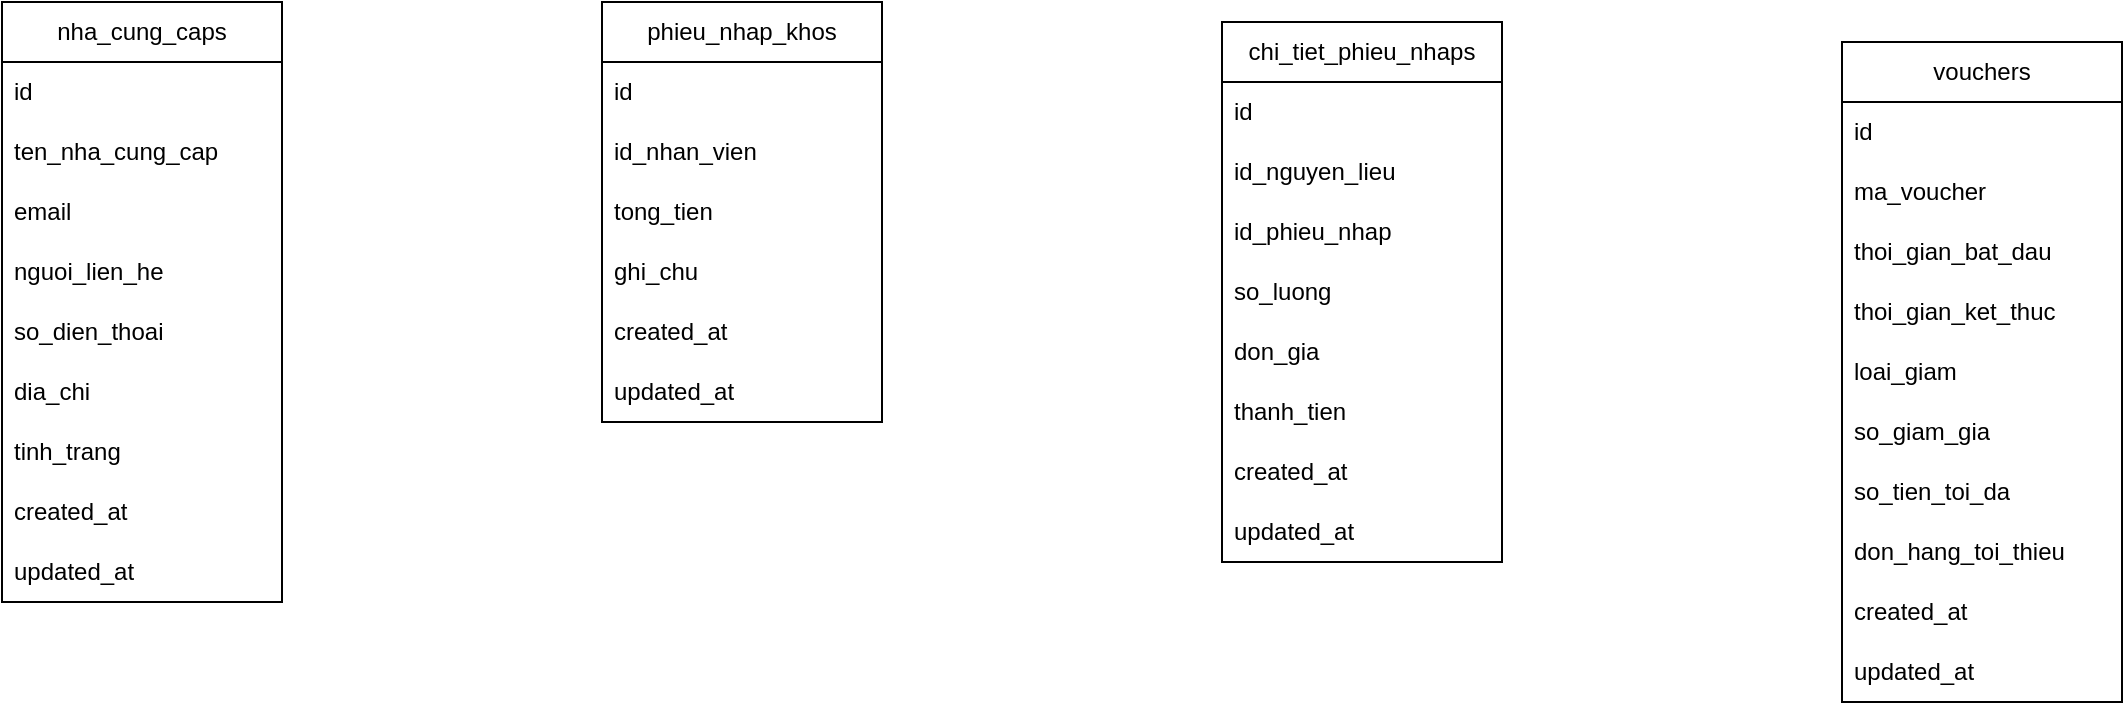
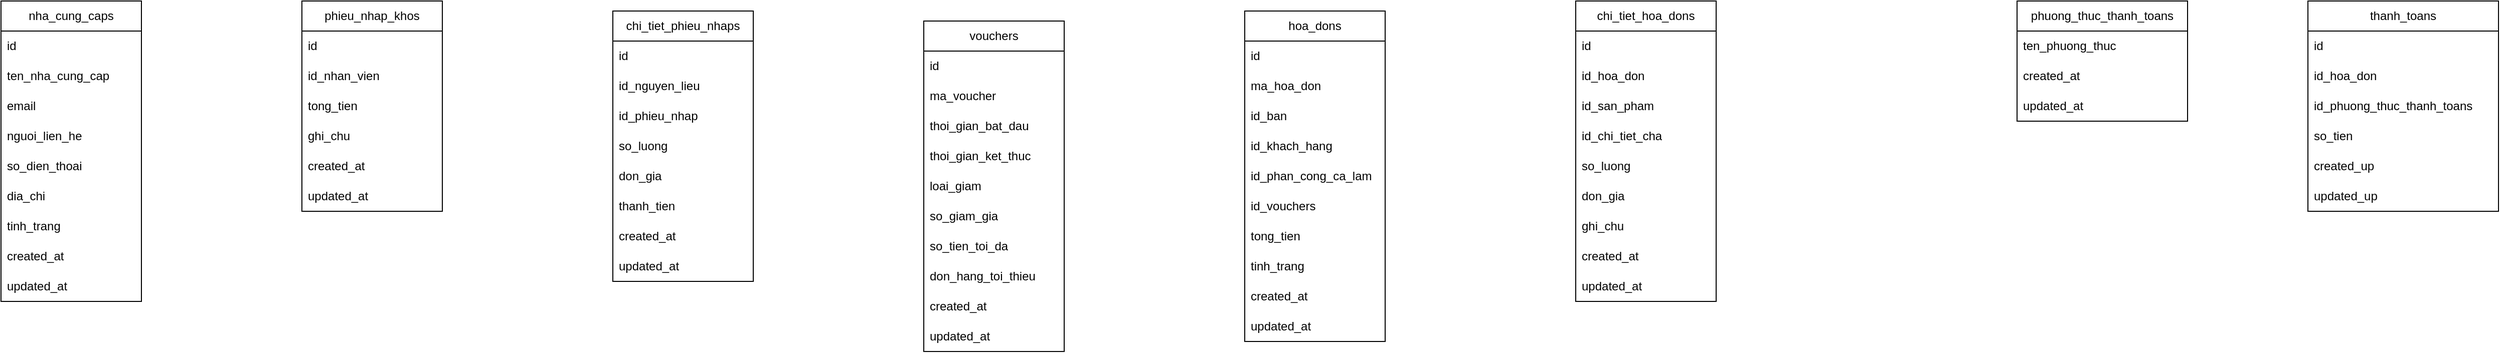
<mxfile host="app.diagrams.net">
  <diagram name="Page-1" id="F6rSMLY1tFX6y1XcUf8v">
    <mxGraphModel dx="1890" dy="564" grid="1" gridSize="10" guides="1" tooltips="1" connect="1" arrows="1" fold="1" page="1" pageScale="1" pageWidth="850" pageHeight="1100" math="0" shadow="0">
      <root>
        <mxCell id="0" />
        <mxCell id="1" parent="0" />
        <mxCell id="R3_XMvpuP7ey1YHoKSYf-1" parent="1" style="swimlane;fontStyle=0;childLayout=stackLayout;horizontal=1;startSize=30;horizontalStack=0;resizeParent=1;resizeParentMax=0;resizeLast=0;collapsible=1;marginBottom=0;whiteSpace=wrap;html=1;" value="nha_cung_caps" vertex="1">
          <mxGeometry height="300" width="140" x="-620" y="110" as="geometry" />
        </mxCell>
        <mxCell id="R3_XMvpuP7ey1YHoKSYf-2" parent="R3_XMvpuP7ey1YHoKSYf-1" style="text;strokeColor=none;fillColor=none;align=left;verticalAlign=middle;spacingLeft=4;spacingRight=4;overflow=hidden;points=[[0,0.5],[1,0.5]];portConstraint=eastwest;rotatable=0;whiteSpace=wrap;html=1;" value="id" vertex="1">
          <mxGeometry height="30" width="140" y="30" as="geometry" />
        </mxCell>
        <mxCell id="R3_XMvpuP7ey1YHoKSYf-3" parent="R3_XMvpuP7ey1YHoKSYf-1" style="text;strokeColor=none;fillColor=none;align=left;verticalAlign=middle;spacingLeft=4;spacingRight=4;overflow=hidden;points=[[0,0.5],[1,0.5]];portConstraint=eastwest;rotatable=0;whiteSpace=wrap;html=1;" value="ten_nha_cung_cap" vertex="1">
          <mxGeometry height="30" width="140" y="60" as="geometry" />
        </mxCell>
        <mxCell id="R3_XMvpuP7ey1YHoKSYf-4" parent="R3_XMvpuP7ey1YHoKSYf-1" style="text;strokeColor=none;fillColor=none;align=left;verticalAlign=middle;spacingLeft=4;spacingRight=4;overflow=hidden;points=[[0,0.5],[1,0.5]];portConstraint=eastwest;rotatable=0;whiteSpace=wrap;html=1;" value="email" vertex="1">
          <mxGeometry height="30" width="140" y="90" as="geometry" />
        </mxCell>
        <mxCell id="R3_XMvpuP7ey1YHoKSYf-5" parent="R3_XMvpuP7ey1YHoKSYf-1" style="text;strokeColor=none;fillColor=none;align=left;verticalAlign=middle;spacingLeft=4;spacingRight=4;overflow=hidden;points=[[0,0.5],[1,0.5]];portConstraint=eastwest;rotatable=0;whiteSpace=wrap;html=1;" value="nguoi_lien_he" vertex="1">
          <mxGeometry height="30" width="140" y="120" as="geometry" />
        </mxCell>
        <mxCell id="R3_XMvpuP7ey1YHoKSYf-6" parent="R3_XMvpuP7ey1YHoKSYf-1" style="text;strokeColor=none;fillColor=none;align=left;verticalAlign=middle;spacingLeft=4;spacingRight=4;overflow=hidden;points=[[0,0.5],[1,0.5]];portConstraint=eastwest;rotatable=0;whiteSpace=wrap;html=1;" value="so_dien_thoai" vertex="1">
          <mxGeometry height="30" width="140" y="150" as="geometry" />
        </mxCell>
        <mxCell id="R3_XMvpuP7ey1YHoKSYf-7" parent="R3_XMvpuP7ey1YHoKSYf-1" style="text;strokeColor=none;fillColor=none;align=left;verticalAlign=middle;spacingLeft=4;spacingRight=4;overflow=hidden;points=[[0,0.5],[1,0.5]];portConstraint=eastwest;rotatable=0;whiteSpace=wrap;html=1;" value="dia_chi" vertex="1">
          <mxGeometry height="30" width="140" y="180" as="geometry" />
        </mxCell>
        <mxCell id="R3_XMvpuP7ey1YHoKSYf-8" parent="R3_XMvpuP7ey1YHoKSYf-1" style="text;strokeColor=none;fillColor=none;align=left;verticalAlign=middle;spacingLeft=4;spacingRight=4;overflow=hidden;points=[[0,0.5],[1,0.5]];portConstraint=eastwest;rotatable=0;whiteSpace=wrap;html=1;" value="tinh_trang" vertex="1">
          <mxGeometry height="30" width="140" y="210" as="geometry" />
        </mxCell>
        <mxCell id="R3_XMvpuP7ey1YHoKSYf-9" parent="R3_XMvpuP7ey1YHoKSYf-1" style="text;strokeColor=none;fillColor=none;align=left;verticalAlign=middle;spacingLeft=4;spacingRight=4;overflow=hidden;points=[[0,0.5],[1,0.5]];portConstraint=eastwest;rotatable=0;whiteSpace=wrap;html=1;" value="created_at" vertex="1">
          <mxGeometry height="30" width="140" y="240" as="geometry" />
        </mxCell>
        <mxCell id="R3_XMvpuP7ey1YHoKSYf-10" parent="R3_XMvpuP7ey1YHoKSYf-1" style="text;strokeColor=none;fillColor=none;align=left;verticalAlign=middle;spacingLeft=4;spacingRight=4;overflow=hidden;points=[[0,0.5],[1,0.5]];portConstraint=eastwest;rotatable=0;whiteSpace=wrap;html=1;" value="updated_at" vertex="1">
          <mxGeometry height="30" width="140" y="270" as="geometry" />
        </mxCell>
        <mxCell id="R3_XMvpuP7ey1YHoKSYf-11" parent="1" style="swimlane;fontStyle=0;childLayout=stackLayout;horizontal=1;startSize=30;horizontalStack=0;resizeParent=1;resizeParentMax=0;resizeLast=0;collapsible=1;marginBottom=0;whiteSpace=wrap;html=1;" value="phieu_nhap_khos" vertex="1">
          <mxGeometry height="210" width="140" x="-320" y="110" as="geometry" />
        </mxCell>
        <mxCell id="R3_XMvpuP7ey1YHoKSYf-12" parent="R3_XMvpuP7ey1YHoKSYf-11" style="text;strokeColor=none;fillColor=none;align=left;verticalAlign=middle;spacingLeft=4;spacingRight=4;overflow=hidden;points=[[0,0.5],[1,0.5]];portConstraint=eastwest;rotatable=0;whiteSpace=wrap;html=1;" value="id" vertex="1">
          <mxGeometry height="30" width="140" y="30" as="geometry" />
        </mxCell>
        <mxCell id="R3_XMvpuP7ey1YHoKSYf-13" parent="R3_XMvpuP7ey1YHoKSYf-11" style="text;strokeColor=none;fillColor=none;align=left;verticalAlign=middle;spacingLeft=4;spacingRight=4;overflow=hidden;points=[[0,0.5],[1,0.5]];portConstraint=eastwest;rotatable=0;whiteSpace=wrap;html=1;" value="id_nhan_vien" vertex="1">
          <mxGeometry height="30" width="140" y="60" as="geometry" />
        </mxCell>
        <mxCell id="R3_XMvpuP7ey1YHoKSYf-14" parent="R3_XMvpuP7ey1YHoKSYf-11" style="text;strokeColor=none;fillColor=none;align=left;verticalAlign=middle;spacingLeft=4;spacingRight=4;overflow=hidden;points=[[0,0.5],[1,0.5]];portConstraint=eastwest;rotatable=0;whiteSpace=wrap;html=1;" value="tong_tien" vertex="1">
          <mxGeometry height="30" width="140" y="90" as="geometry" />
        </mxCell>
        <mxCell id="R3_XMvpuP7ey1YHoKSYf-15" parent="R3_XMvpuP7ey1YHoKSYf-11" style="text;strokeColor=none;fillColor=none;align=left;verticalAlign=middle;spacingLeft=4;spacingRight=4;overflow=hidden;points=[[0,0.5],[1,0.5]];portConstraint=eastwest;rotatable=0;whiteSpace=wrap;html=1;" value="ghi_chu" vertex="1">
          <mxGeometry height="30" width="140" y="120" as="geometry" />
        </mxCell>
        <mxCell id="R3_XMvpuP7ey1YHoKSYf-16" parent="R3_XMvpuP7ey1YHoKSYf-11" style="text;strokeColor=none;fillColor=none;align=left;verticalAlign=middle;spacingLeft=4;spacingRight=4;overflow=hidden;points=[[0,0.5],[1,0.5]];portConstraint=eastwest;rotatable=0;whiteSpace=wrap;html=1;" value="created_at" vertex="1">
          <mxGeometry height="30" width="140" y="150" as="geometry" />
        </mxCell>
        <mxCell id="R3_XMvpuP7ey1YHoKSYf-17" parent="R3_XMvpuP7ey1YHoKSYf-11" style="text;strokeColor=none;fillColor=none;align=left;verticalAlign=middle;spacingLeft=4;spacingRight=4;overflow=hidden;points=[[0,0.5],[1,0.5]];portConstraint=eastwest;rotatable=0;whiteSpace=wrap;html=1;" value="updated_at" vertex="1">
          <mxGeometry height="30" width="140" y="180" as="geometry" />
        </mxCell>
        <mxCell id="R3_XMvpuP7ey1YHoKSYf-18" parent="1" style="swimlane;fontStyle=0;childLayout=stackLayout;horizontal=1;startSize=30;horizontalStack=0;resizeParent=1;resizeParentMax=0;resizeLast=0;collapsible=1;marginBottom=0;whiteSpace=wrap;html=1;" value="chi_tiet_phieu_nhaps" vertex="1">
          <mxGeometry height="270" width="140" x="-10" y="120" as="geometry" />
        </mxCell>
        <mxCell id="R3_XMvpuP7ey1YHoKSYf-19" parent="R3_XMvpuP7ey1YHoKSYf-18" style="text;strokeColor=none;fillColor=none;align=left;verticalAlign=middle;spacingLeft=4;spacingRight=4;overflow=hidden;points=[[0,0.5],[1,0.5]];portConstraint=eastwest;rotatable=0;whiteSpace=wrap;html=1;" value="id" vertex="1">
          <mxGeometry height="30" width="140" y="30" as="geometry" />
        </mxCell>
        <mxCell id="R3_XMvpuP7ey1YHoKSYf-20" parent="R3_XMvpuP7ey1YHoKSYf-18" style="text;strokeColor=none;fillColor=none;align=left;verticalAlign=middle;spacingLeft=4;spacingRight=4;overflow=hidden;points=[[0,0.5],[1,0.5]];portConstraint=eastwest;rotatable=0;whiteSpace=wrap;html=1;" value="id_nguyen_lieu" vertex="1">
          <mxGeometry height="30" width="140" y="60" as="geometry" />
        </mxCell>
        <mxCell id="R3_XMvpuP7ey1YHoKSYf-21" parent="R3_XMvpuP7ey1YHoKSYf-18" style="text;strokeColor=none;fillColor=none;align=left;verticalAlign=middle;spacingLeft=4;spacingRight=4;overflow=hidden;points=[[0,0.5],[1,0.5]];portConstraint=eastwest;rotatable=0;whiteSpace=wrap;html=1;" value="id_phieu_nhap" vertex="1">
          <mxGeometry height="30" width="140" y="90" as="geometry" />
        </mxCell>
        <mxCell id="R3_XMvpuP7ey1YHoKSYf-22" parent="R3_XMvpuP7ey1YHoKSYf-18" style="text;strokeColor=none;fillColor=none;align=left;verticalAlign=middle;spacingLeft=4;spacingRight=4;overflow=hidden;points=[[0,0.5],[1,0.5]];portConstraint=eastwest;rotatable=0;whiteSpace=wrap;html=1;" value="so_luong" vertex="1">
          <mxGeometry height="30" width="140" y="120" as="geometry" />
        </mxCell>
        <mxCell id="R3_XMvpuP7ey1YHoKSYf-23" parent="R3_XMvpuP7ey1YHoKSYf-18" style="text;strokeColor=none;fillColor=none;align=left;verticalAlign=middle;spacingLeft=4;spacingRight=4;overflow=hidden;points=[[0,0.5],[1,0.5]];portConstraint=eastwest;rotatable=0;whiteSpace=wrap;html=1;" value="don_gia" vertex="1">
          <mxGeometry height="30" width="140" y="150" as="geometry" />
        </mxCell>
        <mxCell id="R3_XMvpuP7ey1YHoKSYf-24" parent="R3_XMvpuP7ey1YHoKSYf-18" style="text;strokeColor=none;fillColor=none;align=left;verticalAlign=middle;spacingLeft=4;spacingRight=4;overflow=hidden;points=[[0,0.5],[1,0.5]];portConstraint=eastwest;rotatable=0;whiteSpace=wrap;html=1;" value="thanh_tien" vertex="1">
          <mxGeometry height="30" width="140" y="180" as="geometry" />
        </mxCell>
        <mxCell id="R3_XMvpuP7ey1YHoKSYf-25" parent="R3_XMvpuP7ey1YHoKSYf-18" style="text;strokeColor=none;fillColor=none;align=left;verticalAlign=middle;spacingLeft=4;spacingRight=4;overflow=hidden;points=[[0,0.5],[1,0.5]];portConstraint=eastwest;rotatable=0;whiteSpace=wrap;html=1;" value="created_at" vertex="1">
          <mxGeometry height="30" width="140" y="210" as="geometry" />
        </mxCell>
        <mxCell id="R3_XMvpuP7ey1YHoKSYf-26" parent="R3_XMvpuP7ey1YHoKSYf-18" style="text;strokeColor=none;fillColor=none;align=left;verticalAlign=middle;spacingLeft=4;spacingRight=4;overflow=hidden;points=[[0,0.5],[1,0.5]];portConstraint=eastwest;rotatable=0;whiteSpace=wrap;html=1;" value="updated_at" vertex="1">
          <mxGeometry height="30" width="140" y="240" as="geometry" />
        </mxCell>
        <mxCell id="R3_XMvpuP7ey1YHoKSYf-27" parent="1" style="swimlane;fontStyle=0;childLayout=stackLayout;horizontal=1;startSize=30;horizontalStack=0;resizeParent=1;resizeParentMax=0;resizeLast=0;collapsible=1;marginBottom=0;whiteSpace=wrap;html=1;" value="vouchers" vertex="1">
          <mxGeometry height="330" width="140" x="300" y="130" as="geometry" />
        </mxCell>
        <mxCell id="R3_XMvpuP7ey1YHoKSYf-28" parent="R3_XMvpuP7ey1YHoKSYf-27" style="text;strokeColor=none;fillColor=none;align=left;verticalAlign=middle;spacingLeft=4;spacingRight=4;overflow=hidden;points=[[0,0.5],[1,0.5]];portConstraint=eastwest;rotatable=0;whiteSpace=wrap;html=1;" value="id" vertex="1">
          <mxGeometry height="30" width="140" y="30" as="geometry" />
        </mxCell>
        <mxCell id="R3_XMvpuP7ey1YHoKSYf-29" parent="R3_XMvpuP7ey1YHoKSYf-27" style="text;strokeColor=none;fillColor=none;align=left;verticalAlign=middle;spacingLeft=4;spacingRight=4;overflow=hidden;points=[[0,0.5],[1,0.5]];portConstraint=eastwest;rotatable=0;whiteSpace=wrap;html=1;" value="ma_voucher" vertex="1">
          <mxGeometry height="30" width="140" y="60" as="geometry" />
        </mxCell>
        <mxCell id="R3_XMvpuP7ey1YHoKSYf-30" parent="R3_XMvpuP7ey1YHoKSYf-27" style="text;strokeColor=none;fillColor=none;align=left;verticalAlign=middle;spacingLeft=4;spacingRight=4;overflow=hidden;points=[[0,0.5],[1,0.5]];portConstraint=eastwest;rotatable=0;whiteSpace=wrap;html=1;" value="thoi_gian_bat_dau" vertex="1">
          <mxGeometry height="30" width="140" y="90" as="geometry" />
        </mxCell>
        <mxCell id="R3_XMvpuP7ey1YHoKSYf-31" parent="R3_XMvpuP7ey1YHoKSYf-27" style="text;strokeColor=none;fillColor=none;align=left;verticalAlign=middle;spacingLeft=4;spacingRight=4;overflow=hidden;points=[[0,0.5],[1,0.5]];portConstraint=eastwest;rotatable=0;whiteSpace=wrap;html=1;" value="thoi_gian_ket_thuc" vertex="1">
          <mxGeometry height="30" width="140" y="120" as="geometry" />
        </mxCell>
        <mxCell id="R3_XMvpuP7ey1YHoKSYf-32" parent="R3_XMvpuP7ey1YHoKSYf-27" style="text;strokeColor=none;fillColor=none;align=left;verticalAlign=middle;spacingLeft=4;spacingRight=4;overflow=hidden;points=[[0,0.5],[1,0.5]];portConstraint=eastwest;rotatable=0;whiteSpace=wrap;html=1;" value="loai_giam" vertex="1">
          <mxGeometry height="30" width="140" y="150" as="geometry" />
        </mxCell>
        <mxCell id="R3_XMvpuP7ey1YHoKSYf-33" parent="R3_XMvpuP7ey1YHoKSYf-27" style="text;strokeColor=none;fillColor=none;align=left;verticalAlign=middle;spacingLeft=4;spacingRight=4;overflow=hidden;points=[[0,0.5],[1,0.5]];portConstraint=eastwest;rotatable=0;whiteSpace=wrap;html=1;" value="so_giam_gia" vertex="1">
          <mxGeometry height="30" width="140" y="180" as="geometry" />
        </mxCell>
        <mxCell id="R3_XMvpuP7ey1YHoKSYf-34" parent="R3_XMvpuP7ey1YHoKSYf-27" style="text;strokeColor=none;fillColor=none;align=left;verticalAlign=middle;spacingLeft=4;spacingRight=4;overflow=hidden;points=[[0,0.5],[1,0.5]];portConstraint=eastwest;rotatable=0;whiteSpace=wrap;html=1;" value="so_tien_toi_da" vertex="1">
          <mxGeometry height="30" width="140" y="210" as="geometry" />
        </mxCell>
        <mxCell id="R3_XMvpuP7ey1YHoKSYf-35" parent="R3_XMvpuP7ey1YHoKSYf-27" style="text;strokeColor=none;fillColor=none;align=left;verticalAlign=middle;spacingLeft=4;spacingRight=4;overflow=hidden;points=[[0,0.5],[1,0.5]];portConstraint=eastwest;rotatable=0;whiteSpace=wrap;html=1;" value="don_hang_toi_thieu" vertex="1">
          <mxGeometry height="30" width="140" y="240" as="geometry" />
        </mxCell>
        <mxCell id="R3_XMvpuP7ey1YHoKSYf-36" parent="R3_XMvpuP7ey1YHoKSYf-27" style="text;strokeColor=none;fillColor=none;align=left;verticalAlign=middle;spacingLeft=4;spacingRight=4;overflow=hidden;points=[[0,0.5],[1,0.5]];portConstraint=eastwest;rotatable=0;whiteSpace=wrap;html=1;" value="created_at" vertex="1">
          <mxGeometry height="30" width="140" y="270" as="geometry" />
        </mxCell>
        <mxCell id="R3_XMvpuP7ey1YHoKSYf-37" parent="R3_XMvpuP7ey1YHoKSYf-27" style="text;strokeColor=none;fillColor=none;align=left;verticalAlign=middle;spacingLeft=4;spacingRight=4;overflow=hidden;points=[[0,0.5],[1,0.5]];portConstraint=eastwest;rotatable=0;whiteSpace=wrap;html=1;" value="updated_at" vertex="1">
          <mxGeometry height="30" width="140" y="300" as="geometry" />
        </mxCell>
+         <mxCell id="zWDyzLbwxuqyw4QtDeDX-1" parent="1" style="swimlane;fontStyle=0;childLayout=stackLayout;horizontal=1;startSize=30;horizontalStack=0;resizeParent=1;resizeParentMax=0;resizeLast=0;collapsible=1;marginBottom=0;whiteSpace=wrap;html=1;" value="hoa_dons" vertex="1">
+           <mxGeometry height="330" width="140" x="620" y="120" as="geometry" />
+         </mxCell>
+         <mxCell id="zWDyzLbwxuqyw4QtDeDX-2" parent="zWDyzLbwxuqyw4QtDeDX-1" style="text;strokeColor=none;fillColor=none;align=left;verticalAlign=middle;spacingLeft=4;spacingRight=4;overflow=hidden;points=[[0,0.5],[1,0.5]];portConstraint=eastwest;rotatable=0;whiteSpace=wrap;html=1;" value="id" vertex="1">
+           <mxGeometry height="30" width="140" y="30" as="geometry" />
+         </mxCell>
+         <mxCell id="zWDyzLbwxuqyw4QtDeDX-3" parent="zWDyzLbwxuqyw4QtDeDX-1" style="text;strokeColor=none;fillColor=none;align=left;verticalAlign=middle;spacingLeft=4;spacingRight=4;overflow=hidden;points=[[0,0.5],[1,0.5]];portConstraint=eastwest;rotatable=0;whiteSpace=wrap;html=1;" value="ma_hoa_don" vertex="1">
+           <mxGeometry height="30" width="140" y="60" as="geometry" />
+         </mxCell>
+         <mxCell id="zWDyzLbwxuqyw4QtDeDX-4" parent="zWDyzLbwxuqyw4QtDeDX-1" style="text;strokeColor=none;fillColor=none;align=left;verticalAlign=middle;spacingLeft=4;spacingRight=4;overflow=hidden;points=[[0,0.5],[1,0.5]];portConstraint=eastwest;rotatable=0;whiteSpace=wrap;html=1;" value="id_ban" vertex="1">
+           <mxGeometry height="30" width="140" y="90" as="geometry" />
+         </mxCell>
+         <mxCell id="zWDyzLbwxuqyw4QtDeDX-5" parent="zWDyzLbwxuqyw4QtDeDX-1" style="text;strokeColor=none;fillColor=none;align=left;verticalAlign=middle;spacingLeft=4;spacingRight=4;overflow=hidden;points=[[0,0.5],[1,0.5]];portConstraint=eastwest;rotatable=0;whiteSpace=wrap;html=1;" value="id_khach_hang" vertex="1">
+           <mxGeometry height="30" width="140" y="120" as="geometry" />
+         </mxCell>
+         <mxCell id="zWDyzLbwxuqyw4QtDeDX-6" parent="zWDyzLbwxuqyw4QtDeDX-1" style="text;strokeColor=none;fillColor=none;align=left;verticalAlign=middle;spacingLeft=4;spacingRight=4;overflow=hidden;points=[[0,0.5],[1,0.5]];portConstraint=eastwest;rotatable=0;whiteSpace=wrap;html=1;" value="id_phan_cong_ca_lam" vertex="1">
+           <mxGeometry height="30" width="140" y="150" as="geometry" />
+         </mxCell>
+         <mxCell id="zWDyzLbwxuqyw4QtDeDX-7" parent="zWDyzLbwxuqyw4QtDeDX-1" style="text;strokeColor=none;fillColor=none;align=left;verticalAlign=middle;spacingLeft=4;spacingRight=4;overflow=hidden;points=[[0,0.5],[1,0.5]];portConstraint=eastwest;rotatable=0;whiteSpace=wrap;html=1;" value="id_vouchers" vertex="1">
+           <mxGeometry height="30" width="140" y="180" as="geometry" />
+         </mxCell>
+         <mxCell id="zWDyzLbwxuqyw4QtDeDX-8" parent="zWDyzLbwxuqyw4QtDeDX-1" style="text;strokeColor=none;fillColor=none;align=left;verticalAlign=middle;spacingLeft=4;spacingRight=4;overflow=hidden;points=[[0,0.5],[1,0.5]];portConstraint=eastwest;rotatable=0;whiteSpace=wrap;html=1;" value="tong_tien" vertex="1">
+           <mxGeometry height="30" width="140" y="210" as="geometry" />
+         </mxCell>
+         <mxCell id="zWDyzLbwxuqyw4QtDeDX-9" parent="zWDyzLbwxuqyw4QtDeDX-1" style="text;strokeColor=none;fillColor=none;align=left;verticalAlign=middle;spacingLeft=4;spacingRight=4;overflow=hidden;points=[[0,0.5],[1,0.5]];portConstraint=eastwest;rotatable=0;whiteSpace=wrap;html=1;" value="tinh_trang" vertex="1">
+           <mxGeometry height="30" width="140" y="240" as="geometry" />
+         </mxCell>
+         <mxCell id="zWDyzLbwxuqyw4QtDeDX-10" parent="zWDyzLbwxuqyw4QtDeDX-1" style="text;strokeColor=none;fillColor=none;align=left;verticalAlign=middle;spacingLeft=4;spacingRight=4;overflow=hidden;points=[[0,0.5],[1,0.5]];portConstraint=eastwest;rotatable=0;whiteSpace=wrap;html=1;" value="created_at" vertex="1">
+           <mxGeometry height="30" width="140" y="270" as="geometry" />
+         </mxCell>
+         <mxCell id="zWDyzLbwxuqyw4QtDeDX-11" parent="zWDyzLbwxuqyw4QtDeDX-1" style="text;strokeColor=none;fillColor=none;align=left;verticalAlign=middle;spacingLeft=4;spacingRight=4;overflow=hidden;points=[[0,0.5],[1,0.5]];portConstraint=eastwest;rotatable=0;whiteSpace=wrap;html=1;" value="updated_at" vertex="1">
+           <mxGeometry height="30" width="140" y="300" as="geometry" />
+         </mxCell>
+         <mxCell id="zWDyzLbwxuqyw4QtDeDX-12" parent="1" style="swimlane;fontStyle=0;childLayout=stackLayout;horizontal=1;startSize=30;horizontalStack=0;resizeParent=1;resizeParentMax=0;resizeLast=0;collapsible=1;marginBottom=0;whiteSpace=wrap;html=1;" value="chi_tiet_hoa_dons" vertex="1">
+           <mxGeometry height="300" width="140" x="950" y="110" as="geometry" />
+         </mxCell>
+         <mxCell id="zWDyzLbwxuqyw4QtDeDX-13" parent="zWDyzLbwxuqyw4QtDeDX-12" style="text;strokeColor=none;fillColor=none;align=left;verticalAlign=middle;spacingLeft=4;spacingRight=4;overflow=hidden;points=[[0,0.5],[1,0.5]];portConstraint=eastwest;rotatable=0;whiteSpace=wrap;html=1;" value="id" vertex="1">
+           <mxGeometry height="30" width="140" y="30" as="geometry" />
+         </mxCell>
+         <mxCell id="zWDyzLbwxuqyw4QtDeDX-14" parent="zWDyzLbwxuqyw4QtDeDX-12" style="text;strokeColor=none;fillColor=none;align=left;verticalAlign=middle;spacingLeft=4;spacingRight=4;overflow=hidden;points=[[0,0.5],[1,0.5]];portConstraint=eastwest;rotatable=0;whiteSpace=wrap;html=1;" value="id_hoa_don" vertex="1">
+           <mxGeometry height="30" width="140" y="60" as="geometry" />
+         </mxCell>
+         <mxCell id="zWDyzLbwxuqyw4QtDeDX-15" parent="zWDyzLbwxuqyw4QtDeDX-12" style="text;strokeColor=none;fillColor=none;align=left;verticalAlign=middle;spacingLeft=4;spacingRight=4;overflow=hidden;points=[[0,0.5],[1,0.5]];portConstraint=eastwest;rotatable=0;whiteSpace=wrap;html=1;" value="id_san_pham" vertex="1">
+           <mxGeometry height="30" width="140" y="90" as="geometry" />
+         </mxCell>
+         <mxCell id="zWDyzLbwxuqyw4QtDeDX-16" parent="zWDyzLbwxuqyw4QtDeDX-12" style="text;strokeColor=none;fillColor=none;align=left;verticalAlign=middle;spacingLeft=4;spacingRight=4;overflow=hidden;points=[[0,0.5],[1,0.5]];portConstraint=eastwest;rotatable=0;whiteSpace=wrap;html=1;" value="id_chi_tiet_cha" vertex="1">
+           <mxGeometry height="30" width="140" y="120" as="geometry" />
+         </mxCell>
+         <mxCell id="zWDyzLbwxuqyw4QtDeDX-17" parent="zWDyzLbwxuqyw4QtDeDX-12" style="text;strokeColor=none;fillColor=none;align=left;verticalAlign=middle;spacingLeft=4;spacingRight=4;overflow=hidden;points=[[0,0.5],[1,0.5]];portConstraint=eastwest;rotatable=0;whiteSpace=wrap;html=1;" value="so_luong" vertex="1">
+           <mxGeometry height="30" width="140" y="150" as="geometry" />
+         </mxCell>
+         <mxCell id="zWDyzLbwxuqyw4QtDeDX-18" parent="zWDyzLbwxuqyw4QtDeDX-12" style="text;strokeColor=none;fillColor=none;align=left;verticalAlign=middle;spacingLeft=4;spacingRight=4;overflow=hidden;points=[[0,0.5],[1,0.5]];portConstraint=eastwest;rotatable=0;whiteSpace=wrap;html=1;" value="don_gia" vertex="1">
+           <mxGeometry height="30" width="140" y="180" as="geometry" />
+         </mxCell>
+         <mxCell id="zWDyzLbwxuqyw4QtDeDX-19" parent="zWDyzLbwxuqyw4QtDeDX-12" style="text;strokeColor=none;fillColor=none;align=left;verticalAlign=middle;spacingLeft=4;spacingRight=4;overflow=hidden;points=[[0,0.5],[1,0.5]];portConstraint=eastwest;rotatable=0;whiteSpace=wrap;html=1;" value="ghi_chu" vertex="1">
+           <mxGeometry height="30" width="140" y="210" as="geometry" />
+         </mxCell>
+         <mxCell id="zWDyzLbwxuqyw4QtDeDX-20" parent="zWDyzLbwxuqyw4QtDeDX-12" style="text;strokeColor=none;fillColor=none;align=left;verticalAlign=middle;spacingLeft=4;spacingRight=4;overflow=hidden;points=[[0,0.5],[1,0.5]];portConstraint=eastwest;rotatable=0;whiteSpace=wrap;html=1;" value="created_at" vertex="1">
+           <mxGeometry height="30" width="140" y="240" as="geometry" />
+         </mxCell>
+         <mxCell id="zWDyzLbwxuqyw4QtDeDX-21" parent="zWDyzLbwxuqyw4QtDeDX-12" style="text;strokeColor=none;fillColor=none;align=left;verticalAlign=middle;spacingLeft=4;spacingRight=4;overflow=hidden;points=[[0,0.5],[1,0.5]];portConstraint=eastwest;rotatable=0;whiteSpace=wrap;html=1;" value="updated_at" vertex="1">
+           <mxGeometry height="30" width="140" y="270" as="geometry" />
+         </mxCell>
+         <mxCell id="zWDyzLbwxuqyw4QtDeDX-22" parent="1" style="swimlane;fontStyle=0;childLayout=stackLayout;horizontal=1;startSize=30;horizontalStack=0;resizeParent=1;resizeParentMax=0;resizeLast=0;collapsible=1;marginBottom=0;whiteSpace=wrap;html=1;" value="phuong_thuc_thanh_toans" vertex="1">
+           <mxGeometry height="120" width="170" x="1390" y="110" as="geometry" />
+         </mxCell>
+         <mxCell id="zWDyzLbwxuqyw4QtDeDX-23" parent="zWDyzLbwxuqyw4QtDeDX-22" style="text;strokeColor=none;fillColor=none;align=left;verticalAlign=middle;spacingLeft=4;spacingRight=4;overflow=hidden;points=[[0,0.5],[1,0.5]];portConstraint=eastwest;rotatable=0;whiteSpace=wrap;html=1;" value="ten_phuong_thuc" vertex="1">
+           <mxGeometry height="30" width="170" y="30" as="geometry" />
+         </mxCell>
+         <mxCell id="zWDyzLbwxuqyw4QtDeDX-24" parent="zWDyzLbwxuqyw4QtDeDX-22" style="text;strokeColor=none;fillColor=none;align=left;verticalAlign=middle;spacingLeft=4;spacingRight=4;overflow=hidden;points=[[0,0.5],[1,0.5]];portConstraint=eastwest;rotatable=0;whiteSpace=wrap;html=1;" value="created_at" vertex="1">
+           <mxGeometry height="30" width="170" y="60" as="geometry" />
+         </mxCell>
+         <mxCell id="zWDyzLbwxuqyw4QtDeDX-25" parent="zWDyzLbwxuqyw4QtDeDX-22" style="text;strokeColor=none;fillColor=none;align=left;verticalAlign=middle;spacingLeft=4;spacingRight=4;overflow=hidden;points=[[0,0.5],[1,0.5]];portConstraint=eastwest;rotatable=0;whiteSpace=wrap;html=1;" value="updated_at" vertex="1">
+           <mxGeometry height="30" width="170" y="90" as="geometry" />
+         </mxCell>
+         <mxCell id="zWDyzLbwxuqyw4QtDeDX-26" parent="1" style="swimlane;fontStyle=0;childLayout=stackLayout;horizontal=1;startSize=30;horizontalStack=0;resizeParent=1;resizeParentMax=0;resizeLast=0;collapsible=1;marginBottom=0;whiteSpace=wrap;html=1;" value="thanh_toans" vertex="1">
+           <mxGeometry height="210" width="190" x="1680" y="110" as="geometry" />
+         </mxCell>
+         <mxCell id="zWDyzLbwxuqyw4QtDeDX-27" parent="zWDyzLbwxuqyw4QtDeDX-26" style="text;strokeColor=none;fillColor=none;align=left;verticalAlign=middle;spacingLeft=4;spacingRight=4;overflow=hidden;points=[[0,0.5],[1,0.5]];portConstraint=eastwest;rotatable=0;whiteSpace=wrap;html=1;" value="id" vertex="1">
+           <mxGeometry height="30" width="190" y="30" as="geometry" />
+         </mxCell>
+         <mxCell id="zWDyzLbwxuqyw4QtDeDX-28" parent="zWDyzLbwxuqyw4QtDeDX-26" style="text;strokeColor=none;fillColor=none;align=left;verticalAlign=middle;spacingLeft=4;spacingRight=4;overflow=hidden;points=[[0,0.5],[1,0.5]];portConstraint=eastwest;rotatable=0;whiteSpace=wrap;html=1;" value="id_hoa_don" vertex="1">
+           <mxGeometry height="30" width="190" y="60" as="geometry" />
+         </mxCell>
+         <mxCell id="zWDyzLbwxuqyw4QtDeDX-29" parent="zWDyzLbwxuqyw4QtDeDX-26" style="text;strokeColor=none;fillColor=none;align=left;verticalAlign=middle;spacingLeft=4;spacingRight=4;overflow=hidden;points=[[0,0.5],[1,0.5]];portConstraint=eastwest;rotatable=0;whiteSpace=wrap;html=1;" value="id_phuong_thuc_thanh_toans" vertex="1">
+           <mxGeometry height="30" width="190" y="90" as="geometry" />
+         </mxCell>
+         <mxCell id="zWDyzLbwxuqyw4QtDeDX-30" parent="zWDyzLbwxuqyw4QtDeDX-26" style="text;strokeColor=none;fillColor=none;align=left;verticalAlign=middle;spacingLeft=4;spacingRight=4;overflow=hidden;points=[[0,0.5],[1,0.5]];portConstraint=eastwest;rotatable=0;whiteSpace=wrap;html=1;" value="so_tien" vertex="1">
+           <mxGeometry height="30" width="190" y="120" as="geometry" />
+         </mxCell>
+         <mxCell id="zWDyzLbwxuqyw4QtDeDX-31" parent="zWDyzLbwxuqyw4QtDeDX-26" style="text;strokeColor=none;fillColor=none;align=left;verticalAlign=middle;spacingLeft=4;spacingRight=4;overflow=hidden;points=[[0,0.5],[1,0.5]];portConstraint=eastwest;rotatable=0;whiteSpace=wrap;html=1;" value="created_up" vertex="1">
+           <mxGeometry height="30" width="190" y="150" as="geometry" />
+         </mxCell>
+         <mxCell id="zWDyzLbwxuqyw4QtDeDX-32" parent="zWDyzLbwxuqyw4QtDeDX-26" style="text;strokeColor=none;fillColor=none;align=left;verticalAlign=middle;spacingLeft=4;spacingRight=4;overflow=hidden;points=[[0,0.5],[1,0.5]];portConstraint=eastwest;rotatable=0;whiteSpace=wrap;html=1;" value="updated_up" vertex="1">
+           <mxGeometry height="30" width="190" y="180" as="geometry" />
+         </mxCell>
      </root>
    </mxGraphModel>
  </diagram>
</mxfile>
